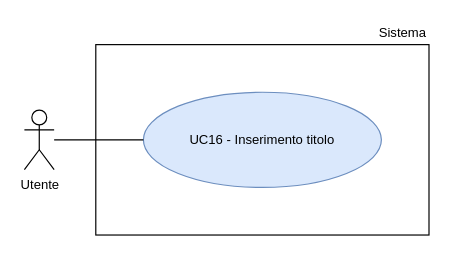
The draw.io diagram RTB/doc_esterna/analisi-dei-requisiti/assets/draw.io/UC16.drawio in thebitless-group-swe/thebitless.github.io, before the edit. Source tidied: cells renumbered, new cells numbered last; positions are measured from the earlier drawing's top-left corner, leaving out a move shared by most shapes. Both pictures are drawn from the tidied source at 119%, with x=0, y=0 at pixel (24, 20).
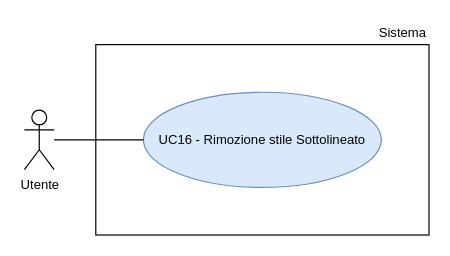
The same page after the edit.

Change to the diagram source:
```diff
@@
 <mxGraphModel>
   <root>
     <mxCell id="0" />
     <mxCell id="1" parent="0" />
     <mxCell id="2" value="Utente" style="shape=umlActor;verticalLabelPosition=bottom;verticalAlign=top;html=1;outlineConnect=0;fontSize=11;" parent="1" vertex="1">
       <mxGeometry y="75" width="25" height="50" as="geometry" />
     </mxCell>
     <mxCell id="3" style="rounded=0;whiteSpace=wrap;html=1;strokeWidth=1;" parent="1" vertex="1">
       <mxGeometry x="60" y="20" width="280" height="160" as="geometry" />
     </mxCell>
     <mxCell id="4" value="Sistema" style="text;html=1;whiteSpace=wrap;strokeColor=none;fillColor=none;align=right;verticalAlign=middle;fontSize=11;" parent="1" vertex="1">
       <mxGeometry x="270" width="70" height="20" as="geometry" />
     </mxCell>
-    <mxCell id="5" value="UC16 - Inserimento titolo" style="ellipse;whiteSpace=wrap;html=1;fillColor=#dae8fc;strokeColor=#6c8ebf;fontSize=11;" parent="1" vertex="1">
+    <mxCell id="5" value="UC16 - Rimozione stile Sottolineato" style="ellipse;whiteSpace=wrap;html=1;fillColor=#dae8fc;strokeColor=#6c8ebf;fontSize=11;" parent="1" vertex="1">
       <mxGeometry x="100" y="60" width="200" height="80" as="geometry" />
     </mxCell>
     <mxCell id="6" style="edgeStyle=none;rounded=0;jettySize=auto;html=1;endArrow=none;endFill=0;" parent="1" edge="1" source="2" target="5">
       <mxGeometry relative="1" as="geometry" />
     </mxCell>
   </root>
 </mxGraphModel>
```
